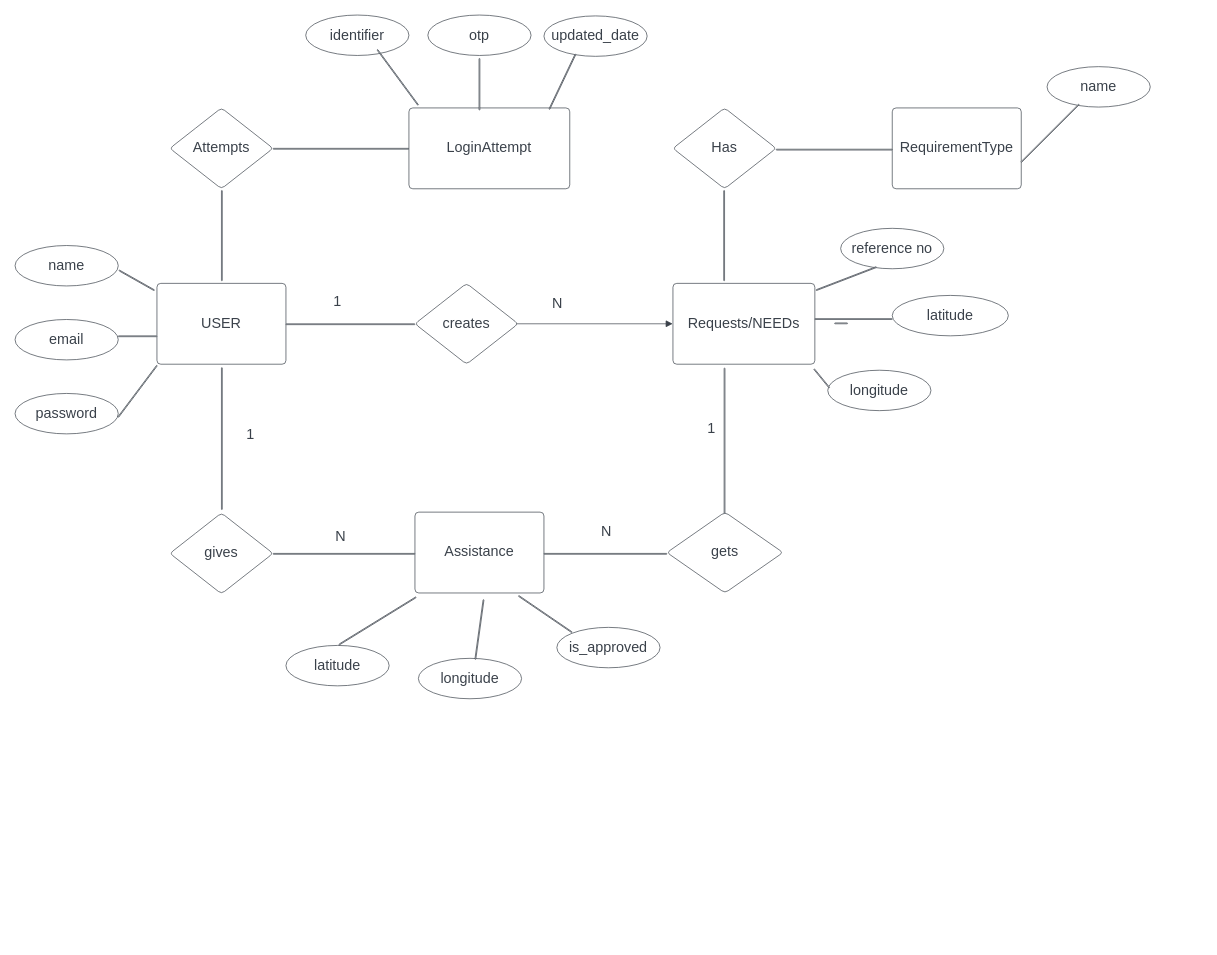
Above: Untitled Diagram.drawio in byte-prashant/connect (draw.io), before the change. Source tidied: cells renumbered, new cells numbered last; positions are measured from the earlier drawing's top-left corner, leaving out a move shared by most shapes. Both pictures are drawn from the tidied source at 86%, with x=0, y=0 at pixel (15, 15).
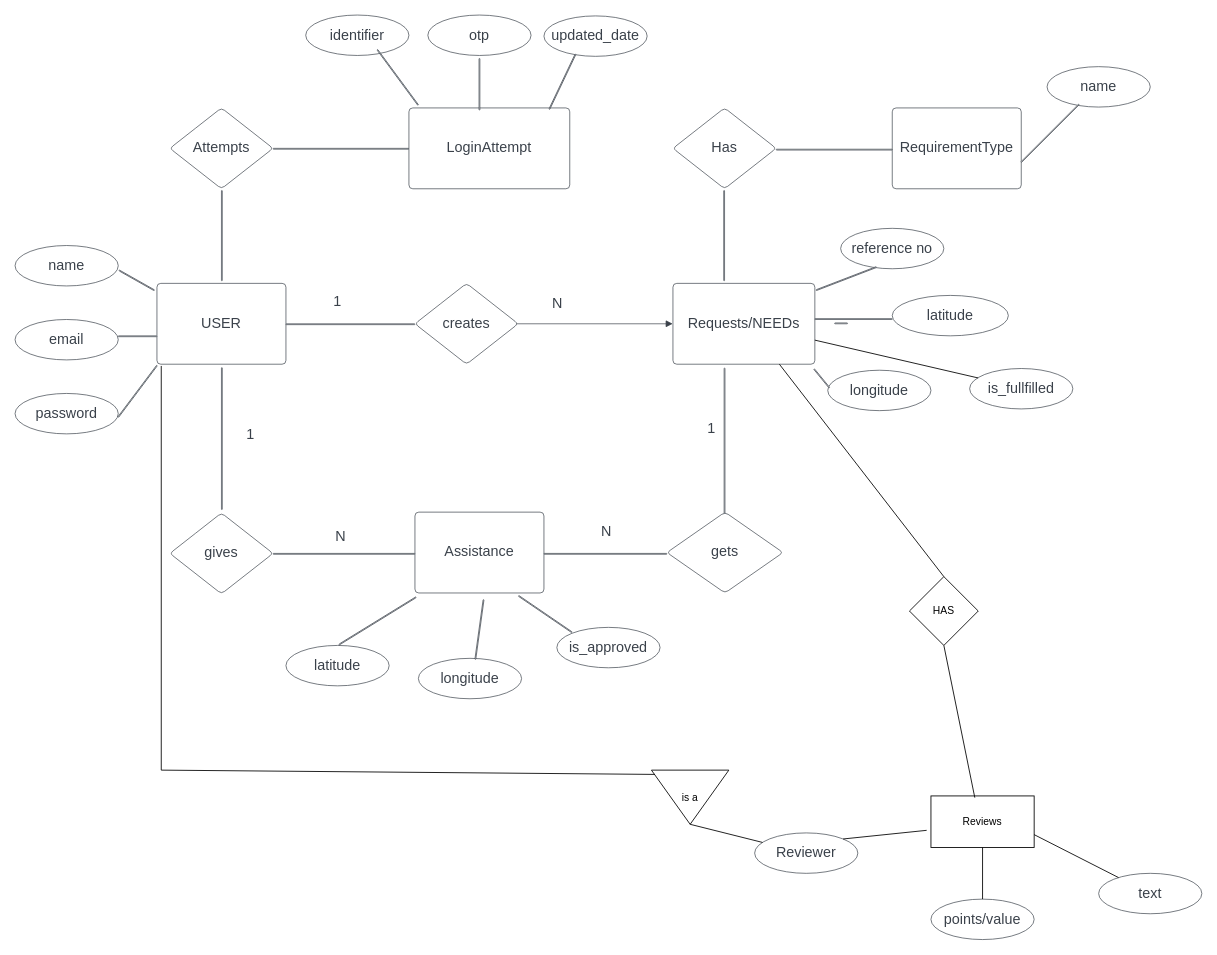
Above is the later version.

Unchanged cells that the change refers to:
```xml
<mxCell id="10" value="Requests/NEEDs" style="html=1;overflow=block;blockSpacing=1;whiteSpace=wrap;fontSize=16.7;fontColor=#3a414a;spacing=9;strokeColor=#3a414a;strokeOpacity=100;rounded=1;absoluteArcSize=1;arcSize=9;strokeWidth=0.8;" parent="1" vertex="1">
  <mxGeometry x="765" y="312" width="165" height="94" as="geometry" />
</mxCell>
```

The edit, as a diff of the source:
```diff
@@
+    <mxCell id="55" value="Reviews" style="rounded=0;whiteSpace=wrap;html=1;" parent="1" vertex="1">
+      <mxGeometry x="1065" y="908" width="120" height="60" as="geometry" />
+    </mxCell>
+    <mxCell id="56" value="is_fullfilled" style="html=1;overflow=block;blockSpacing=1;whiteSpace=wrap;ellipse;fontSize=16.7;fontColor=#3a414a;spacing=3.8;strokeColor=#3a414a;strokeOpacity=100;rounded=1;absoluteArcSize=1;arcSize=9;strokeWidth=0.8;" parent="1" vertex="1">
+      <mxGeometry x="1110" y="411" width="120" height="47" as="geometry" />
+    </mxCell>
+    <mxCell id="57" style="endArrow=none;html=1;rounded=0;entryX=0.083;entryY=0.234;entryDx=0;entryDy=0;entryPerimeter=0;" parent="1" edge="1" target="56">
+      <mxGeometry relative="1" as="geometry">
+        <mxPoint x="930" y="378" as="sourcePoint" />
+        <Array as="points">
+          <mxPoint x="930" y="378" />
+        </Array>
+      </mxGeometry>
+    </mxCell>
+    <mxCell id="58" value="Reviewer" style="html=1;overflow=block;blockSpacing=1;whiteSpace=wrap;ellipse;fontSize=16.7;fontColor=#3a414a;spacing=3.8;strokeColor=#3a414a;strokeOpacity=100;rounded=1;absoluteArcSize=1;arcSize=9;strokeWidth=0.8;" parent="1" vertex="1">
+      <mxGeometry x="860" y="951" width="120" height="47" as="geometry" />
+    </mxCell>
+    <mxCell id="59" value="text" style="html=1;overflow=block;blockSpacing=1;whiteSpace=wrap;ellipse;fontSize=16.7;fontColor=#3a414a;spacing=3.8;strokeColor=#3a414a;strokeOpacity=100;rounded=1;absoluteArcSize=1;arcSize=9;strokeWidth=0.8;" parent="1" vertex="1">
+      <mxGeometry x="1260" y="998" width="120" height="47" as="geometry" />
+    </mxCell>
+    <mxCell id="60" value="points/value" style="html=1;overflow=block;blockSpacing=1;whiteSpace=wrap;ellipse;fontSize=16.7;fontColor=#3a414a;spacing=3.8;strokeColor=#3a414a;strokeOpacity=100;rounded=1;absoluteArcSize=1;arcSize=9;strokeWidth=0.8;" parent="1" vertex="1">
+      <mxGeometry x="1065" y="1028" width="120" height="47" as="geometry" />
+    </mxCell>
+    <mxCell id="61" style="endArrow=none;html=1;rounded=0;exitX=1;exitY=0;exitDx=0;exitDy=0;" parent="1" edge="1" source="58">
+      <mxGeometry relative="1" as="geometry">
+        <mxPoint x="1060" y="948" as="targetPoint" />
+      </mxGeometry>
+    </mxCell>
+    <mxCell id="62" style="endArrow=none;html=1;rounded=0;" parent="1" edge="1" source="60">
+      <mxGeometry relative="1" as="geometry">
+        <mxPoint x="1125" y="968" as="targetPoint" />
+      </mxGeometry>
+    </mxCell>
+    <mxCell id="63" style="endArrow=none;html=1;rounded=0;entryX=1;entryY=0.75;entryDx=0;entryDy=0;" parent="1" edge="1" source="59" target="55">
+      <mxGeometry relative="1" as="geometry" />
+    </mxCell>
+    <mxCell id="64" value="HAS" style="rhombus;whiteSpace=wrap;html=1;" parent="1" vertex="1">
+      <mxGeometry x="1040" y="653" width="80" height="80" as="geometry" />
+    </mxCell>
+    <mxCell id="65" style="endArrow=none;html=1;rounded=0;entryX=0.75;entryY=1;entryDx=0;entryDy=0;exitX=0.5;exitY=0;exitDx=0;exitDy=0;" parent="1" edge="1" source="64" target="10">
+      <mxGeometry relative="1" as="geometry" />
+    </mxCell>
+    <mxCell id="66" style="endArrow=none;html=1;rounded=0;entryX=0.5;entryY=1;entryDx=0;entryDy=0;exitX=0.425;exitY=0.033;exitDx=0;exitDy=0;exitPerimeter=0;" parent="1" edge="1" source="55" target="64">
+      <mxGeometry relative="1" as="geometry" />
+    </mxCell>
+    <mxCell id="67" value="is a" style="triangle;whiteSpace=wrap;html=1;direction=south;rotation=0;" parent="1" vertex="1">
+      <mxGeometry x="740" y="878" width="90" height="63" as="geometry" />
+    </mxCell>
+    <mxCell id="68" style="endArrow=none;html=1;rounded=0;" parent="1" edge="1">
+      <mxGeometry relative="1" as="geometry">
+        <mxPoint x="170" y="878" as="sourcePoint" />
+        <mxPoint x="170" y="408" as="targetPoint" />
+      </mxGeometry>
+    </mxCell>
+    <mxCell id="69" style="endArrow=none;html=1;rounded=0;entryX=0.079;entryY=0.956;entryDx=0;entryDy=0;entryPerimeter=0;" parent="1" edge="1" target="67">
+      <mxGeometry relative="1" as="geometry">
+        <mxPoint x="170" y="878" as="sourcePoint" />
+      </mxGeometry>
+    </mxCell>
+    <mxCell id="70" style="endArrow=none;html=1;rounded=0;entryX=1;entryY=0.5;entryDx=0;entryDy=0;" parent="1" edge="1" source="58" target="67">
+      <mxGeometry relative="1" as="geometry" />
+    </mxCell>
```
